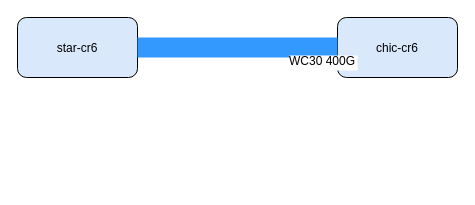
Earlier version of the draw.io diagram examples/fixture.drawio (groundsada/nautobot-drawio-testing). Source tidied: cells renumbered, new cells numbered last; positions are measured from the earlier drawing's top-left corner, leaving out a move shared by most shapes. Both pictures are drawn from the tidied source at 100%, with x=0, y=0 at pixel (17, 17).
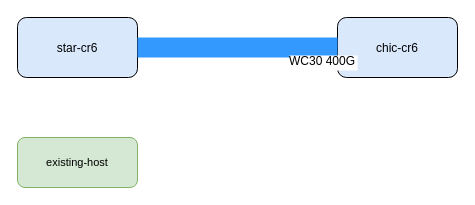
Above is the later version.

The edit, as a diff of the source:
```diff
@@
 <mxGraphModel>
   <root>
     <mxCell id="0" />
     <mxCell id="1" parent="0" />
     <mxCell id="2" value="star-cr6" style="rounded=1;fillColor=#dae8fc;" parent="1" vertex="1">
       <mxGeometry width="120" height="60" as="geometry" />
     </mxCell>
     <mxCell id="3" value="chic-cr6" style="rounded=1;fillColor=#dae8fc;" parent="1" vertex="1">
       <mxGeometry x="320" width="120" height="60" as="geometry" />
     </mxCell>
     <mxCell id="4" style="strokeWidth=20;strokeColor=#3399FF;endArrow=none;" parent="1" edge="1" source="2" target="3">
       <mxGeometry relative="1" as="geometry" />
     </mxCell>
     <mxCell id="5" value="WC30   400G" style="edgeLabel;fontSize=12;" parent="4" vertex="1">
       <mxGeometry x="0.5" relative="1" as="geometry" />
     </mxCell>
+    <mxCell id="6" value="existing-host" style="rounded=1;whiteSpace=wrap;html=1;fillColor=#d5e8d4;strokeColor=#82b366;fontSize=11;" parent="1" vertex="1">
+      <mxGeometry y="120" width="120" height="50" as="geometry" />
+    </mxCell>
   </root>
 </mxGraphModel>
```
